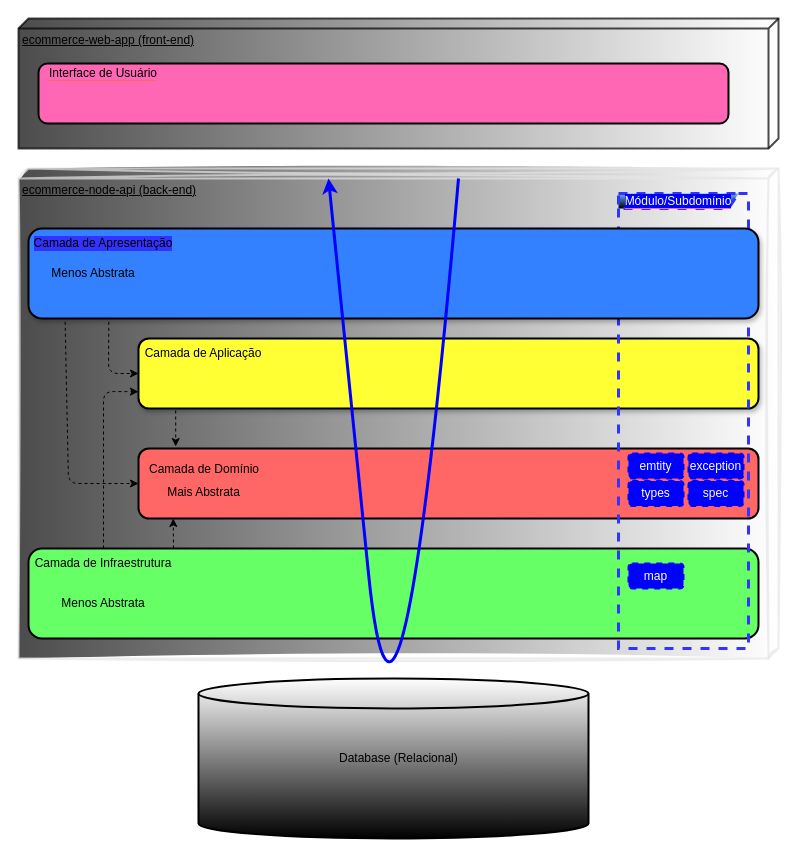
Above: page "Arquitetura em Camadas" (1 of 2) of requirements/ecommerce-arquitetura.drawio in RigorbertoCosta/ecommerce-node-api (draw.io), before the change. Source tidied: cells renumbered, new cells numbered last; positions are measured from the earlier drawing's top-left corner, leaving out a move shared by most shapes. Both pictures are drawn from the tidied source at 100%, with x=0, y=0 at pixel (18, 18).
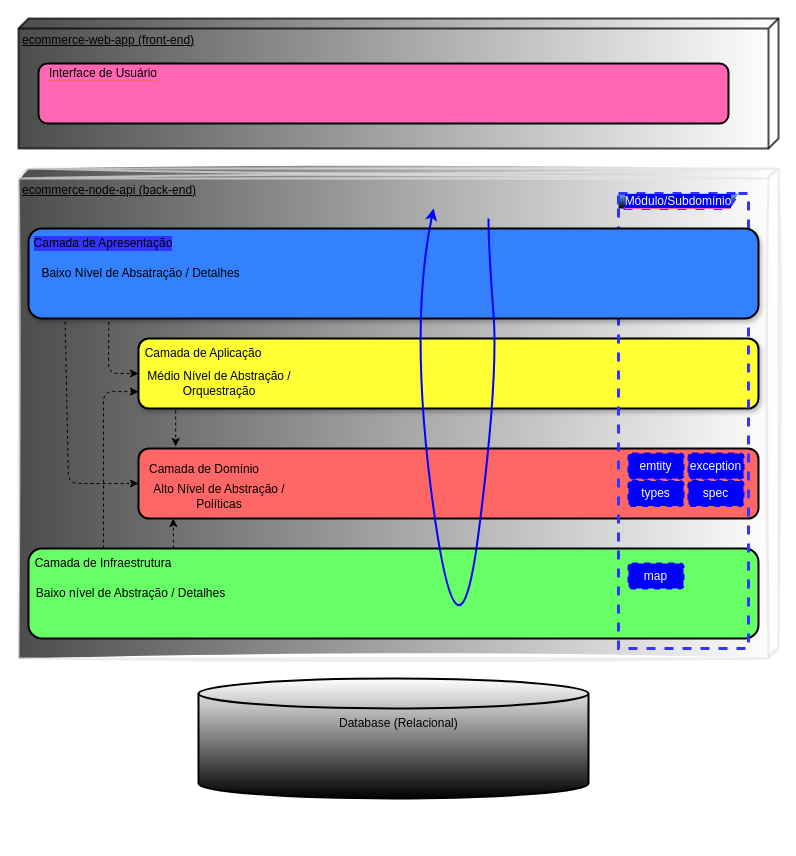
Above is the later version.

Commit message:
aula-18/09-arquitetura-hexagonal

What changed in the source:
```diff
@@
     <mxCell id="4" style="shape=cylinder3;whiteSpace=wrap;html=1;boundedLbl=1;backgroundOutline=1;size=15;strokeWidth=2;gradientColor=default;" parent="1" vertex="1">
-      <mxGeometry x="180" y="660" width="390" height="160" as="geometry" />
+      <mxGeometry x="180" y="660" width="390" height="120" as="geometry" />
     </mxCell>
-    <mxCell id="5" value="Database (Relacional)" style="text;strokeColor=none;fillColor=none;align=left;verticalAlign=middle;spacingLeft=4;spacingRight=4;overflow=hidden;whiteSpace=wrap;html=1;strokeWidth=2;" parent="1" vertex="1">
-      <mxGeometry x="315" y="725" width="130" height="30" as="geometry" />
-    </mxCell>
@@
-    <mxCell id="27" value="Mais Abstrata" style="text;html=1;align=center;verticalAlign=middle;whiteSpace=wrap;rounded=0;shadow=0;glass=0;dashed=1;labelBackgroundColor=none;strokeWidth=3;opacity=70;fontColor=#000000;labelBorderColor=none;" parent="1" vertex="1">
-      <mxGeometry x="148" y="459" width="75" height="30" as="geometry" />
+    <mxCell id="27" value="Alto Nível de Abstração / Políticas" style="text;html=1;align=center;verticalAlign=middle;whiteSpace=wrap;rounded=0;shadow=0;glass=0;dashed=1;labelBackgroundColor=none;strokeWidth=3;opacity=70;fontColor=#000000;labelBorderColor=none;" parent="1" vertex="1">
+      <mxGeometry x="110" y="462.5" width="182" height="30" as="geometry" />
     </mxCell>
-    <mxCell id="28" value="Menos Abstrata" style="text;html=1;align=center;verticalAlign=middle;whiteSpace=wrap;rounded=0;shadow=0;glass=0;dashed=1;labelBackgroundColor=none;strokeWidth=3;opacity=70;fontColor=#000000;labelBorderColor=none;" parent="1" vertex="1">
-      <mxGeometry x="35" y="570" width="100" height="30" as="geometry" />
+    <mxCell id="28" value="Baixo nível de Abstração / Detalhes" style="text;html=1;align=center;verticalAlign=middle;whiteSpace=wrap;rounded=0;shadow=0;glass=0;dashed=1;labelBackgroundColor=none;strokeWidth=3;opacity=70;fontColor=#000000;labelBorderColor=none;" parent="1" vertex="1">
+      <mxGeometry x="10" y="560" width="205" height="30" as="geometry" />
     </mxCell>
-    <mxCell id="29" value="Menos Abstrata" style="text;html=1;align=center;verticalAlign=middle;whiteSpace=wrap;rounded=0;shadow=0;glass=0;dashed=1;labelBackgroundColor=none;strokeWidth=3;opacity=70;fontColor=#000000;labelBorderColor=none;" parent="1" vertex="1">
-      <mxGeometry x="25" y="240" width="100" height="30" as="geometry" />
+    <mxCell id="29" value="Baixo Nível de Absatração / Detalhes" style="text;html=1;align=center;verticalAlign=middle;whiteSpace=wrap;rounded=0;shadow=0;glass=0;dashed=1;labelBackgroundColor=none;strokeWidth=3;opacity=70;fontColor=#000000;labelBorderColor=none;" parent="1" vertex="1">
+      <mxGeometry x="15" y="240" width="215" height="30" as="geometry" />
     </mxCell>
-    <mxCell id="30" style="curved=1;endArrow=classic;html=1;strokeColor=#0000FF;fontColor=default;strokeWidth=3;" parent="1" edge="1">
-      <mxGeometry relative="1" as="geometry">
-        <mxPoint x="440" y="160" as="sourcePoint" />
-        <mxPoint x="310" y="160" as="targetPoint" />
-        <Array as="points">
-          <mxPoint x="380" y="850" />
-          <mxPoint x="320" y="260" />
-        </Array>
-      </mxGeometry>
-    </mxCell>
+    <mxCell id="31" value="Médio Nível de Abstração / Orquestração" style="text;html=1;strokeColor=none;fillColor=none;align=center;verticalAlign=middle;whiteSpace=wrap;rounded=0;fontColor=#000000;" parent="1" vertex="1">
+      <mxGeometry x="101" y="350" width="200" height="30" as="geometry" />
+    </mxCell>
+    <mxCell id="5" value="Database (Relacional)" style="text;strokeColor=none;fillColor=none;align=left;verticalAlign=middle;spacingLeft=4;spacingRight=4;overflow=hidden;whiteSpace=wrap;html=1;strokeWidth=2;" parent="1" vertex="1">
+      <mxGeometry x="315" y="690" width="130" height="30" as="geometry" />
+    </mxCell>
+    <mxCell id="32" style="curved=1;endArrow=classic;html=1;strokeColor=#0000FF;strokeWidth=2;fontColor=#000000;entryX=0.041;entryY=0.592;entryDx=0;entryDy=0;entryPerimeter=0;" parent="1" edge="1">
+      <mxGeometry relative="1" as="geometry">
+        <mxPoint x="470" y="200" as="sourcePoint" />
+        <mxPoint x="415.1" y="190" as="targetPoint" />
+        <Array as="points">
+          <mxPoint x="470" y="230" />
+          <mxPoint x="480" y="360" />
+          <mxPoint x="440" y="669.9" />
+          <mxPoint x="390" y="309.9" />
+        </Array>
+      </mxGeometry>
+    </mxCell>
```
